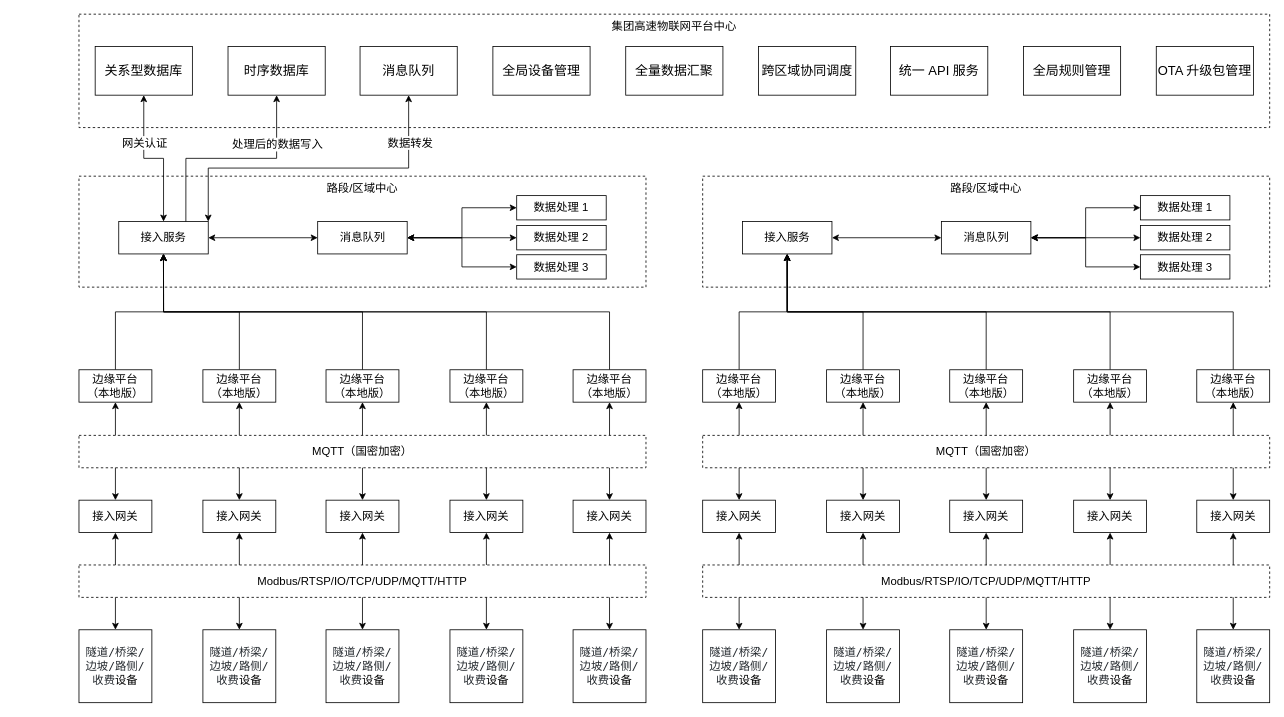
The draw.io diagram 物联网平台业务架构-中心版.drawio in kerwin58/drawio, before the edit. Source tidied: cells renumbered, new cells numbered last; positions are measured from the earlier drawing's top-left corner, leaving out a move shared by most shapes. Both pictures are drawn from the tidied source at 81%, with x=0, y=0 at pixel (79, 14).
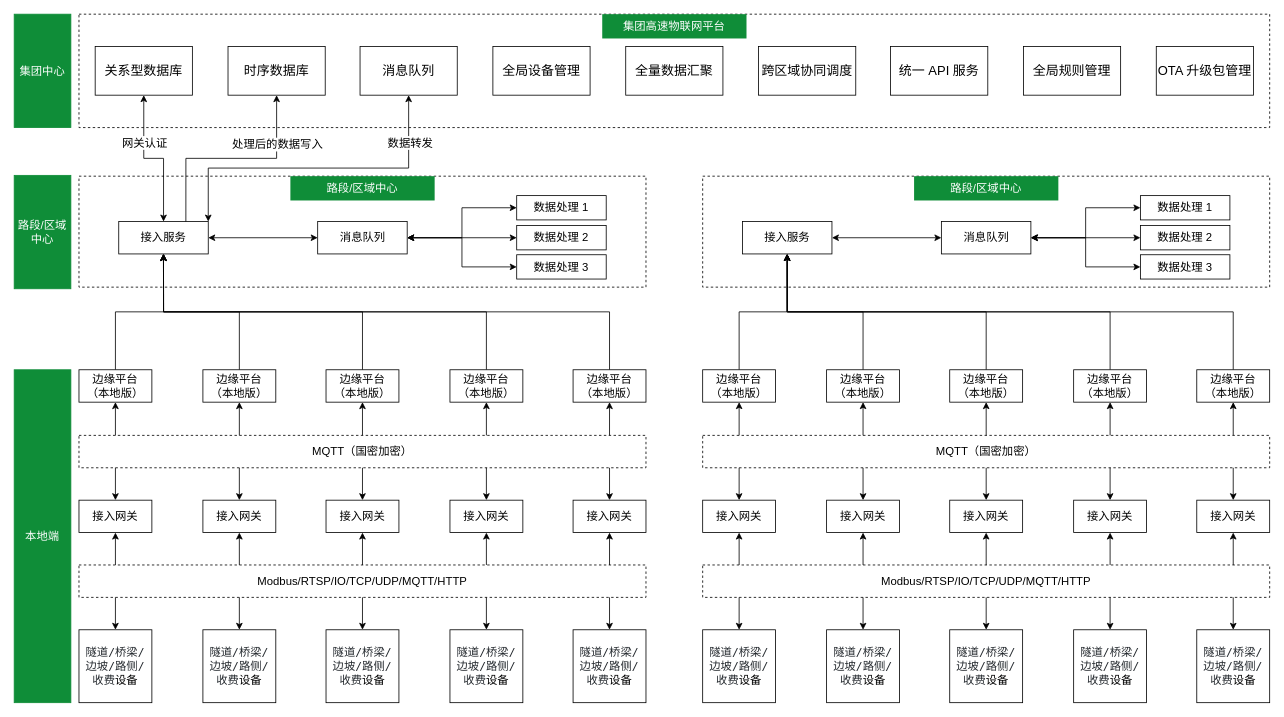
Above is the later version.

Commit message (it also covers changes not shown here):
更新物联网平台业务架构-中心版.drawio

Unchanged cells that the change refers to:
```xml
<mxCell id="2" style="group;" parent="1" vertex="1">
  <mxGeometry y="200" width="700" height="137" as="geometry" />
</mxCell>
<mxCell id="46" style="group;" parent="1" vertex="1">
  <mxGeometry x="770" y="200" width="700" height="137" as="geometry" />
</mxCell>
```

The edit, as a diff of the source:
```diff
@@
-    <mxCell id="4" value="&lt;span style=&quot;font-size: 14px;&quot;&gt;路段/区域&lt;/span&gt;&lt;span style=&quot;font-size: 14px;&quot;&gt;中心&lt;/span&gt;" style="text;html=1;whiteSpace=wrap;strokeColor=none;fillColor=none;align=center;verticalAlign=middle;rounded=0;" parent="2" vertex="1">
+    <mxCell id="4" value="&lt;span style=&quot;font-size: 14px;&quot;&gt;路段/区域&lt;/span&gt;&lt;span style=&quot;font-size: 14px;&quot;&gt;中心&lt;/span&gt;" style="text;html=1;whiteSpace=wrap;strokeColor=none;fillColor=#0F8D38;align=center;verticalAlign=middle;rounded=0;fontColor=#FFFFFF;" parent="2" vertex="1">
       <mxGeometry x="261" width="178.1" height="30" as="geometry" />
     </mxCell>
@@
-    <mxCell id="48" value="&lt;span style=&quot;font-size: 14px;&quot;&gt;路段/区域&lt;/span&gt;&lt;span style=&quot;font-size: 14px;&quot;&gt;中心&lt;/span&gt;" style="text;html=1;whiteSpace=wrap;strokeColor=none;fillColor=none;align=center;verticalAlign=middle;rounded=0;" parent="46" vertex="1">
+    <mxCell id="48" value="&lt;span style=&quot;font-size: 14px;&quot;&gt;路段/区域&lt;/span&gt;&lt;span style=&quot;font-size: 14px;&quot;&gt;中心&lt;/span&gt;" style="text;html=1;whiteSpace=wrap;strokeColor=none;fillColor=#0F8D38;align=center;verticalAlign=middle;rounded=0;fontColor=#FFFFFF;" parent="46" vertex="1">
       <mxGeometry x="261" width="178.1" height="30" as="geometry" />
     </mxCell>
@@
-    <mxCell id="91" value="&lt;span style=&quot;font-size: 14px;&quot;&gt;集团高速物联网平台中心&lt;/span&gt;" style="text;html=1;whiteSpace=wrap;strokeColor=none;fillColor=none;align=center;verticalAlign=middle;rounded=0;" parent="1" vertex="1">
+    <mxCell id="91" value="&lt;span style=&quot;font-size: 14px;&quot;&gt;集团高速物联网平台&lt;/span&gt;" style="text;html=1;whiteSpace=wrap;strokeColor=none;fillColor=#0F8D38;align=center;verticalAlign=middle;rounded=0;fontColor=#FFFFFF;" parent="1" vertex="1">
       <mxGeometry x="646" width="178.1" height="30" as="geometry" />
     </mxCell>
@@
+    <mxCell id="107" value="&lt;font style=&quot;font-size: 14px;&quot;&gt;集团中心&lt;/font&gt;" style="rounded=0;whiteSpace=wrap;html=1;fillColor=#0F8D38;strokeColor=#0F8D38;fontColor=#FFFFFF;" parent="1" vertex="1">
+      <mxGeometry x="-80" width="70" height="140" as="geometry" />
+    </mxCell>
+    <mxCell id="108" value="&lt;font style=&quot;font-size: 14px;&quot;&gt;路段/区域中心&lt;/font&gt;" style="rounded=0;whiteSpace=wrap;html=1;fillColor=#0F8D38;strokeColor=#0F8D38;fontColor=#FFFFFF;" parent="1" vertex="1">
+      <mxGeometry x="-80" y="199" width="70" height="140" as="geometry" />
+    </mxCell>
+    <mxCell id="109" value="&lt;font style=&quot;font-size: 14px;&quot;&gt;本地端&lt;/font&gt;" style="rounded=0;whiteSpace=wrap;html=1;fillColor=#0F8D38;strokeColor=#0F8D38;fontColor=#FFFFFF;" parent="1" vertex="1">
+      <mxGeometry x="-80" y="439" width="70" height="411" as="geometry" />
+    </mxCell>
```
